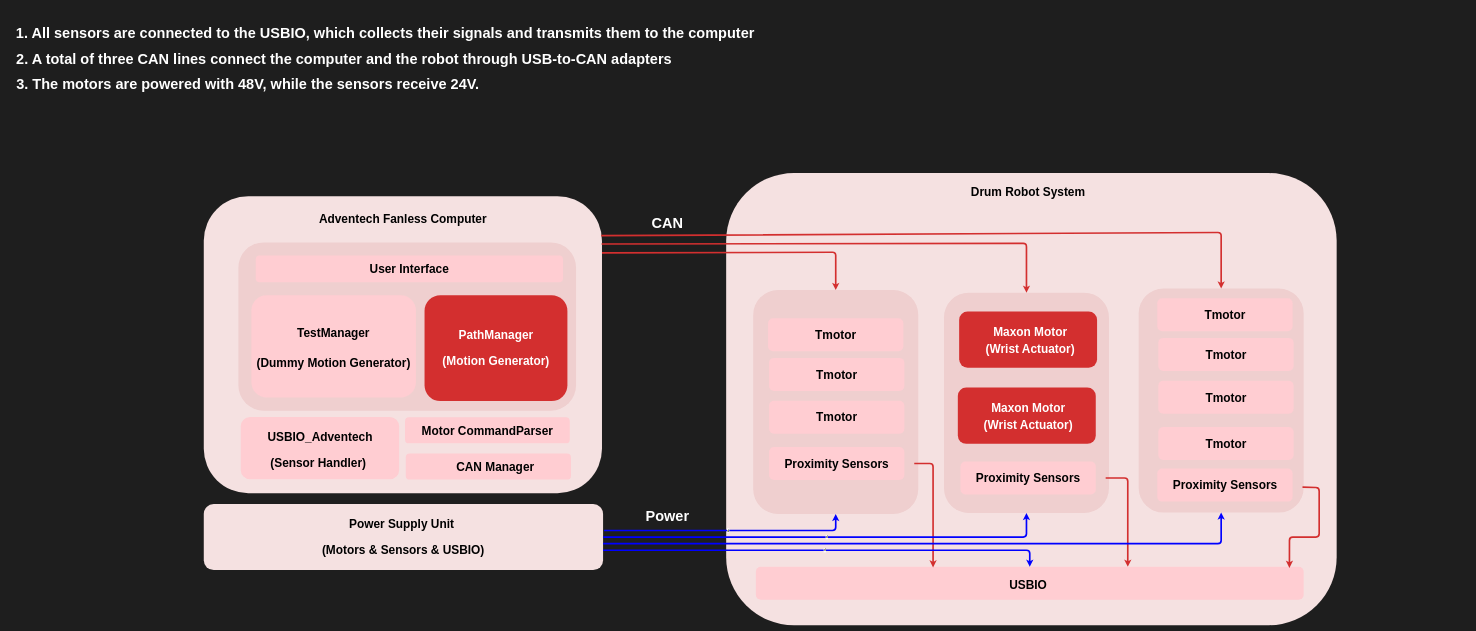
The draw.io diagram doc/draw.io/system_architecture.drawio in KIST-delight-robotics/DrumRobot2, before the edit. Source tidied: cells renumbered, new cells numbered last; positions are measured from the earlier drawing's top-left corner, leaving out a move shared by most shapes. Both pictures are drawn from the tidied source at 33%, with x=0, y=0 at pixel (6, 6).
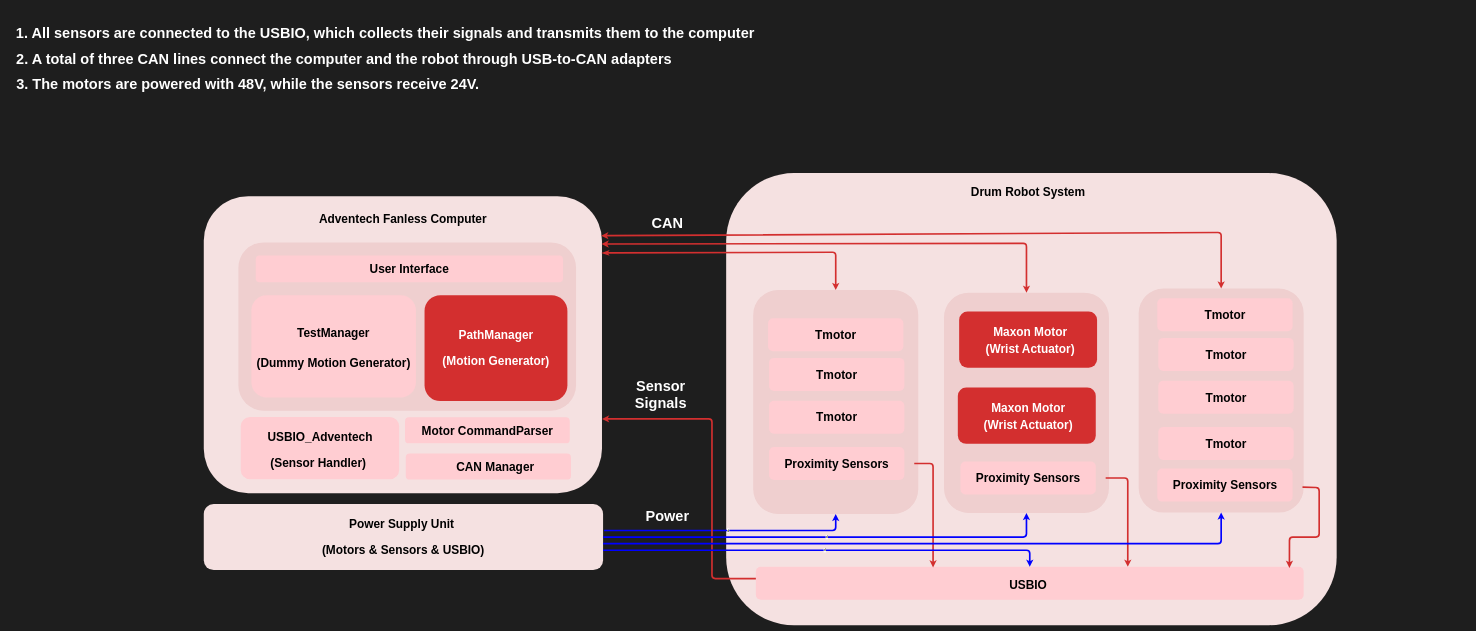
The same page after the edit.

Unchanged cells that the change refers to:
```xml
<mxCell id="2" style="group;" parent="1" vertex="1">
  <mxGeometry x="160" y="410" width="4280" height="1467" as="geometry" />
</mxCell>
<mxCell id="5" value="&lt;h1&gt;&lt;br&gt;&lt;/h1&gt;" style="rounded=1;whiteSpace=wrap;html=1;fillColor=light-dark(#EFCFCF,#EDEDED);strokeColor=none;align=center;verticalAlign=middle;fontFamily=Helvetica;fontSize=12;fontColor=default;" parent="3" vertex="1">
  <mxGeometry x="680" y="222.5" width="500" height="667.5" as="geometry" />
</mxCell>
<mxCell id="9" value="&lt;h1&gt;&lt;br&gt;&lt;/h1&gt;" style="rounded=1;whiteSpace=wrap;html=1;fillColor=light-dark(#EFCFCF,#EDEDED);strokeColor=none;align=center;verticalAlign=middle;fontFamily=Helvetica;fontSize=12;fontColor=default;" parent="8" vertex="1">
  <mxGeometry y="-110" width="500" height="678.6" as="geometry" />
</mxCell>
<mxCell id="27" value="&lt;h1&gt;&lt;br&gt;&lt;/h1&gt;" style="rounded=1;whiteSpace=wrap;html=1;fillColor=light-dark(#EFCFCF,#EDEDED);strokeColor=none;align=center;verticalAlign=middle;fontFamily=Helvetica;fontSize=12;fontColor=default;" parent="26" vertex="1">
  <mxGeometry y="-110" width="500" height="678.6" as="geometry" />
</mxCell>
<mxCell id="49" value="&lt;h1&gt;&lt;font color=&quot;#000000&quot;&gt;USBIO&lt;/font&gt;&lt;/h1&gt;" style="text;html=1;align=center;verticalAlign=middle;whiteSpace=wrap;rounded=0;fontFamily=Helvetica;fontSize=18;fontColor=default;" parent="3" vertex="1">
  <mxGeometry x="110" y="1070" width="1650" height="76.2" as="geometry" />
</mxCell>
<mxCell id="54" style="group;" parent="2" vertex="1">
  <mxGeometry x="440" y="300" width="1679.3" height="900" as="geometry" />
</mxCell>
<mxCell id="55" value="&lt;h1&gt;&lt;br&gt;&lt;/h1&gt;" style="rounded=1;whiteSpace=wrap;html=1;fillColor=light-dark(#F5E1E1,#EDEDED);strokeColor=none;align=center;verticalAlign=middle;fontFamily=Helvetica;fontSize=12;fontColor=default;" parent="54" vertex="1">
  <mxGeometry y="-133" width="1206.7" height="900" as="geometry" />
</mxCell>
```

What changed in the source:
```diff
@@
-    <mxCell id="80" style="endArrow=classic;html=1;exitX=0.999;exitY=0.161;exitDx=0;exitDy=0;exitPerimeter=0;entryX=0.5;entryY=0;entryDx=0;entryDy=0;strokeWidth=5;strokeColor=light-dark(#d32f2f, #ededed);" parent="54" edge="1" target="9">
+    <mxCell id="80" style="endArrow=classic;html=1;exitX=0.999;exitY=0.161;exitDx=0;exitDy=0;exitPerimeter=0;entryX=0.5;entryY=0;entryDx=0;entryDy=0;strokeWidth=5;strokeColor=light-dark(#d32f2f, #ededed);startArrow=classicThin;startFill=1;" parent="54" edge="1" target="9">
       <mxGeometry relative="1" as="geometry">
         <mxPoint x="1206.7" y="39" as="sourcePoint" />
         <Array as="points">
           <mxPoint x="1915" y="37" />
         </Array>
       </mxGeometry>
     </mxCell>
@@
+    <mxCell id="96" value="&lt;h1&gt;&lt;font style=&quot;color: rgb(255, 255, 255); font-size: 44px;&quot;&gt;Sensor Signals&lt;/font&gt;&lt;/h1&gt;" style="text;html=1;align=center;verticalAlign=middle;whiteSpace=wrap;rounded=0;fontFamily=Helvetica;fontSize=18;fontColor=default;" parent="54" vertex="1">
+      <mxGeometry x="1280" y="430" width="210" height="76.2" as="geometry" />
+    </mxCell>
-    <mxCell id="82" style="endArrow=classic;html=1;exitX=0.998;exitY=0.133;exitDx=0;exitDy=0;exitPerimeter=0;entryX=0.5;entryY=0;entryDx=0;entryDy=0;strokeWidth=5;strokeColor=light-dark(#d32f2f, #ededed);" parent="2" edge="1" source="55" target="27">
+    <mxCell id="82" style="endArrow=classic;html=1;exitX=0.998;exitY=0.133;exitDx=0;exitDy=0;exitPerimeter=0;entryX=0.5;entryY=0;entryDx=0;entryDy=0;strokeWidth=5;strokeColor=light-dark(#d32f2f, #ededed);startArrow=classic;startFill=1;" parent="2" edge="1" source="55" target="27">
       <mxGeometry relative="1" as="geometry">
         <Array as="points">
           <mxPoint x="3523" y="277" />
         </Array>
       </mxGeometry>
     </mxCell>
-    <mxCell id="83" style="endArrow=classic;html=1;exitX=0.999;exitY=0.161;exitDx=0;exitDy=0;exitPerimeter=0;entryX=0.5;entryY=0;entryDx=0;entryDy=0;strokeWidth=5;strokeColor=light-dark(#d32f2f, #ededed);" parent="2" edge="1" source="55" target="5">
+    <mxCell id="83" style="endArrow=classic;html=1;exitX=0.999;exitY=0.161;exitDx=0;exitDy=0;exitPerimeter=0;entryX=0.5;entryY=0;entryDx=0;entryDy=0;strokeWidth=5;strokeColor=light-dark(#d32f2f, #ededed);startArrow=classic;startFill=1;" parent="2" edge="1" source="55" target="5">
       <mxGeometry relative="1" as="geometry">
         <Array as="points">
           <mxPoint x="2933" y="310" />
         </Array>
       </mxGeometry>
     </mxCell>
@@
+    <mxCell id="97" style="endArrow=classic;html=1;exitX=0;exitY=0.25;exitDx=0;exitDy=0;strokeWidth=5;strokeColor=light-dark(#d32f2f, #ededed);entryX=1;entryY=0.75;entryDx=0;entryDy=0;" parent="2" edge="1" source="49" target="55">
+      <mxGeometry relative="1" as="geometry">
+        <Array as="points">
+          <mxPoint x="1980" y="1326" />
+          <mxPoint x="1980" y="842" />
+        </Array>
+      </mxGeometry>
+    </mxCell>
```
